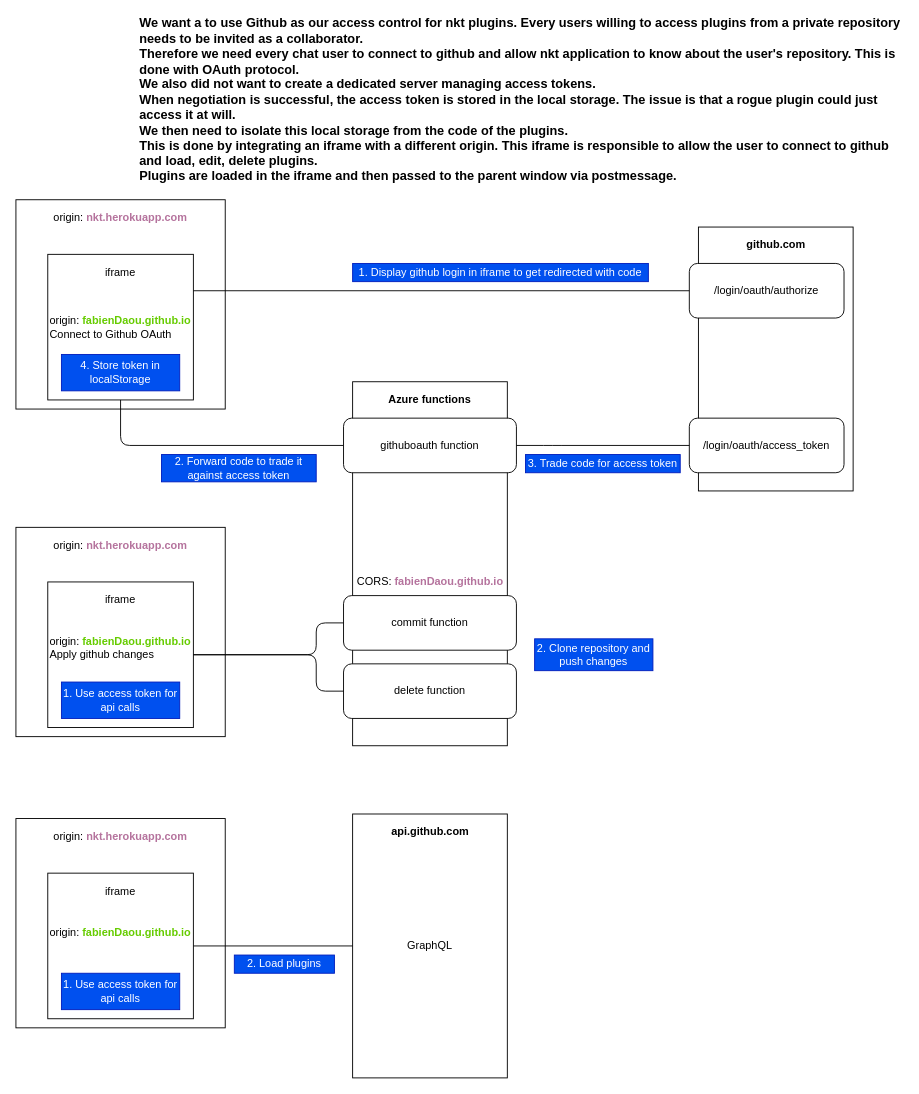
This is oauthFlow.drawio from fabienDaou/fabienDaou.github.io, a draw.io file, before an edit. Source tidied: cells renumbered, new cells numbered last; positions are measured from the earlier drawing's top-left corner, leaving out a move shared by most shapes. Both pictures are drawn from the tidied source at 91%, with x=0, y=0 at pixel (15, 35).
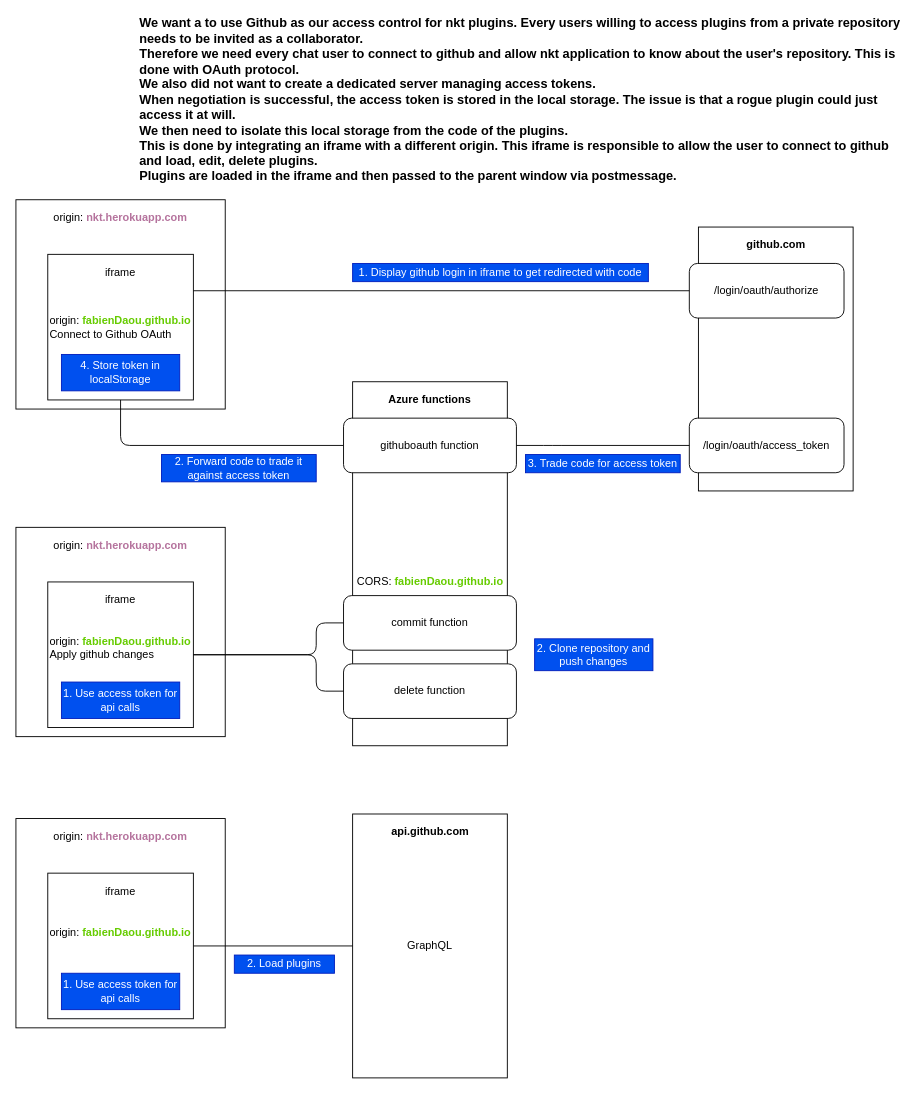
After the change.

The edit, as a diff of the source:
```diff
@@
-    <mxCell id="35" value="CORS:&amp;nbsp;&lt;b style=&quot;text-align: left&quot;&gt;&lt;font color=&quot;#b5739d&quot;&gt;fabienDaou.github.io&lt;/font&gt;&lt;/b&gt;" style="text;html=1;strokeColor=none;fillColor=none;align=center;verticalAlign=middle;whiteSpace=wrap;rounded=0;" parent="1" vertex="1">
+    <mxCell id="35" value="CORS:&amp;nbsp;&lt;b style=&quot;text-align: left&quot;&gt;&lt;font color=&quot;#66cc00&quot;&gt;fabienDaou.github.io&lt;/font&gt;&lt;/b&gt;" style="text;html=1;strokeColor=none;fillColor=none;align=center;verticalAlign=middle;whiteSpace=wrap;rounded=0;" parent="1" vertex="1">
       <mxGeometry x="363.8" y="590" width="182.5" height="20" as="geometry" />
     </mxCell>
```
